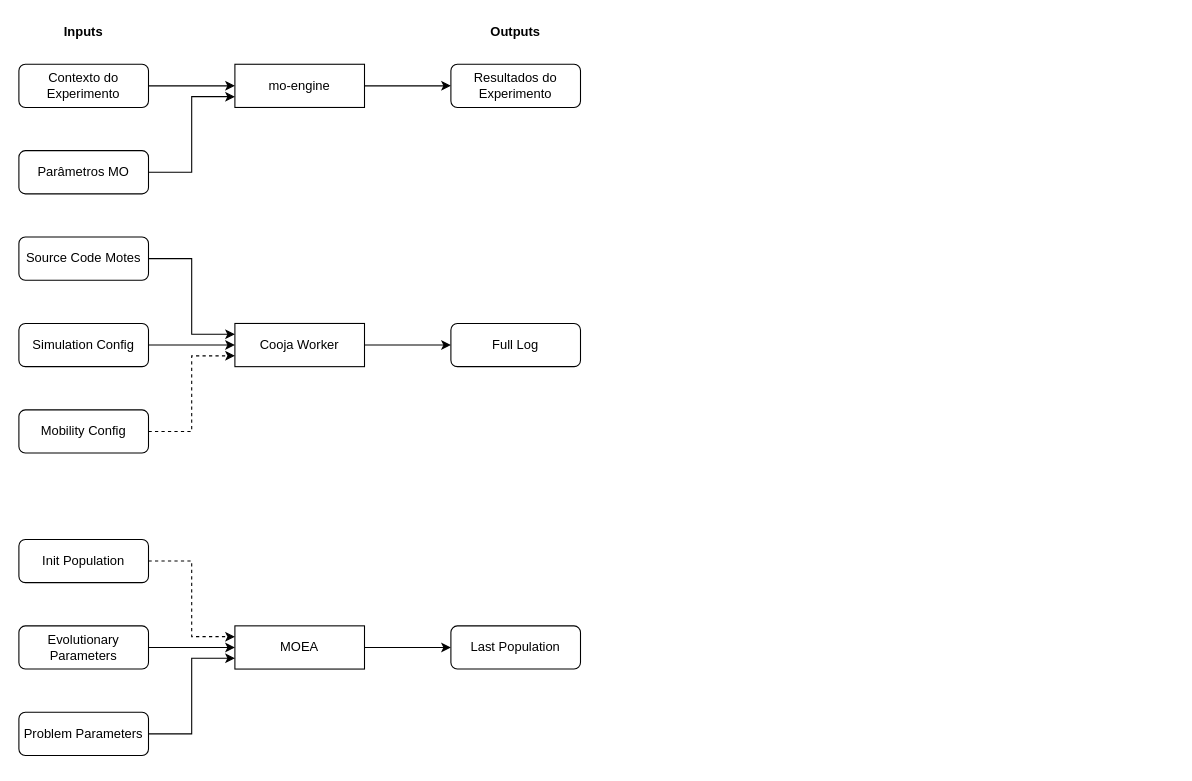
JunioCesarFerreira/simlab keeps this draw.io diagram as page "in-out-flows" (5 of 5) of docs/diagrams/diagrams.drawio. Above is the earlier version. Source tidied: cells renumbered, new cells numbered last; positions are measured from the earlier drawing's top-left corner, leaving out a move shared by most shapes. Both pictures are drawn from the tidied source at 108%, with x=0, y=0 at pixel (18, 21).
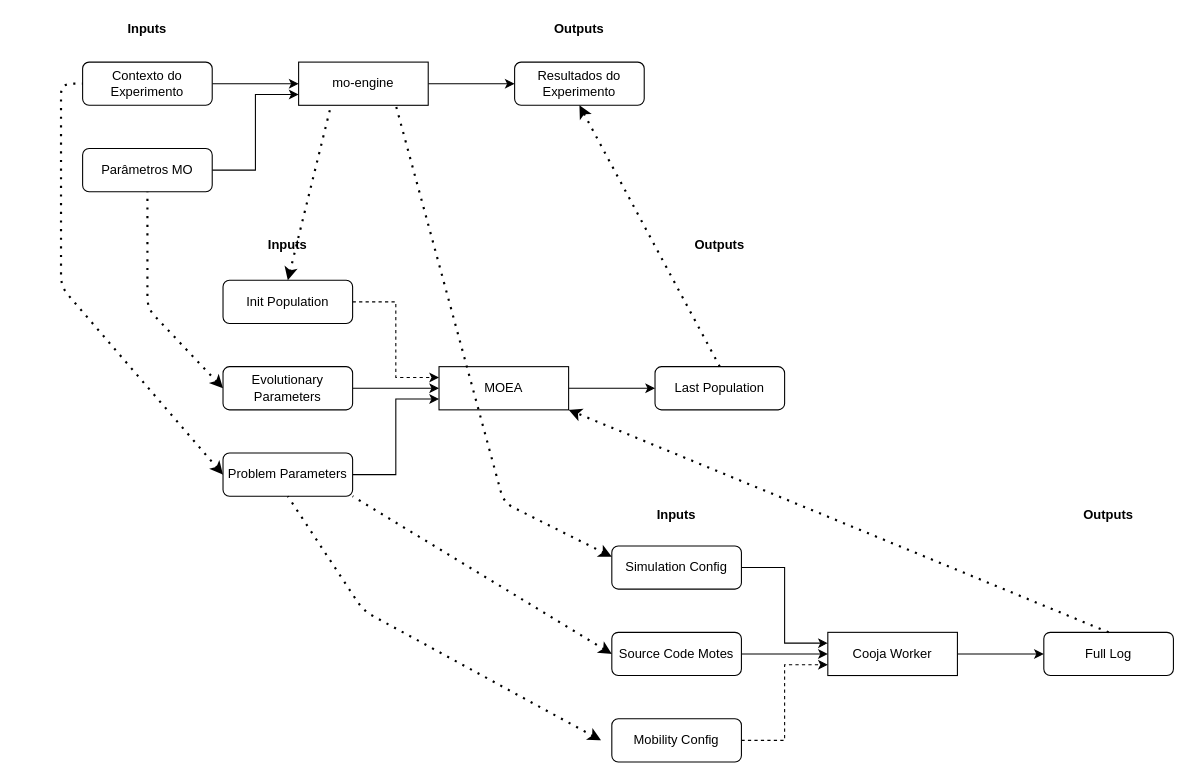
The same page after the edit.

The edit, as a diff of the source:
```diff
@@
     <mxCell id="3" value="mo-engine" style="rounded=0;whiteSpace=wrap;html=1;" parent="1" vertex="1">
-      <mxGeometry x="200" y="40" width="120" height="40" as="geometry" />
+      <mxGeometry x="259" y="38" width="120" height="40" as="geometry" />
     </mxCell>
     <mxCell id="4" value="&lt;b&gt;Inputs&lt;/b&gt;" style="text;html=1;strokeColor=none;fillColor=none;align=center;verticalAlign=middle;whiteSpace=wrap;rounded=0;" parent="1" vertex="1">
-      <mxGeometry x="40" width="40" height="20" as="geometry" />
+      <mxGeometry x="99" y="-2" width="40" height="20" as="geometry" />
     </mxCell>
     <mxCell id="5" value="&lt;b&gt;Outputs&lt;/b&gt;" style="text;html=1;strokeColor=none;fillColor=none;align=center;verticalAlign=middle;whiteSpace=wrap;rounded=0;" parent="1" vertex="1">
-      <mxGeometry x="440" width="40" height="20" as="geometry" />
+      <mxGeometry x="499" y="-2" width="40" height="20" as="geometry" />
     </mxCell>
@@
     <mxCell id="7" value="Contexto do Experimento" style="rounded=1;whiteSpace=wrap;html=1;" parent="1" vertex="1">
-      <mxGeometry y="40" width="120" height="40" as="geometry" />
+      <mxGeometry x="59" y="38" width="120" height="40" as="geometry" />
     </mxCell>
@@
     <mxCell id="9" value="Parâmetros MO" style="rounded=1;whiteSpace=wrap;html=1;" parent="1" vertex="1">
-      <mxGeometry y="120" width="120" height="40" as="geometry" />
+      <mxGeometry x="59" y="118" width="120" height="40" as="geometry" />
     </mxCell>
     <mxCell id="10" value="Resultados do Experimento" style="rounded=1;whiteSpace=wrap;html=1;" parent="1" vertex="1">
-      <mxGeometry x="400" y="40" width="120" height="40" as="geometry" />
+      <mxGeometry x="459" y="38" width="120" height="40" as="geometry" />
     </mxCell>
@@
     <mxCell id="12" value="Cooja Worker" style="rounded=0;whiteSpace=wrap;html=1;" parent="1" vertex="1">
-      <mxGeometry x="200" y="280" width="120" height="40" as="geometry" />
+      <mxGeometry x="749" y="566" width="120" height="40" as="geometry" />
     </mxCell>
-    <mxCell id="13" style="edgeStyle=orthogonalEdgeStyle;rounded=0;jettySize=auto;html=1;exitX=1;exitY=0.5;exitDx=0;exitDy=0;entryX=0;entryY=0.25;entryDx=0;entryDy=0;" parent="1" edge="1" source="14" target="12">
+    <mxCell id="13" style="edgeStyle=orthogonalEdgeStyle;rounded=0;jettySize=auto;html=1;exitX=1;exitY=0.5;exitDx=0;exitDy=0;entryX=0;entryY=0.5;entryDx=0;entryDy=0;" parent="1" edge="1" source="14" target="12">
       <mxGeometry relative="1" as="geometry" />
     </mxCell>
     <mxCell id="14" value="Source Code Motes" style="rounded=1;whiteSpace=wrap;html=1;" parent="1" vertex="1">
-      <mxGeometry y="200" width="120" height="40" as="geometry" />
+      <mxGeometry x="549" y="566" width="120" height="40" as="geometry" />
     </mxCell>
-    <mxCell id="15" style="edgeStyle=orthogonalEdgeStyle;rounded=0;jettySize=auto;html=1;exitX=1;exitY=0.5;exitDx=0;exitDy=0;entryX=0;entryY=0.5;entryDx=0;entryDy=0;" parent="1" edge="1" source="16" target="12">
+    <mxCell id="15" style="edgeStyle=orthogonalEdgeStyle;rounded=0;jettySize=auto;html=1;exitX=1;exitY=0.5;exitDx=0;exitDy=0;entryX=0;entryY=0.25;entryDx=0;entryDy=0;" parent="1" edge="1" source="16" target="12">
       <mxGeometry relative="1" as="geometry" />
     </mxCell>
     <mxCell id="16" value="Simulation Config" style="rounded=1;whiteSpace=wrap;html=1;" parent="1" vertex="1">
-      <mxGeometry y="280" width="120" height="40" as="geometry" />
+      <mxGeometry x="549" y="486" width="120" height="40" as="geometry" />
     </mxCell>
@@
     <mxCell id="18" value="Mobility Config" style="rounded=1;whiteSpace=wrap;html=1;" parent="1" vertex="1">
-      <mxGeometry y="360" width="120" height="40" as="geometry" />
+      <mxGeometry x="549" y="646" width="120" height="40" as="geometry" />
     </mxCell>
     <mxCell id="19" value="Full Log" style="rounded=1;whiteSpace=wrap;html=1;" parent="1" vertex="1">
-      <mxGeometry x="400" y="280" width="120" height="40" as="geometry" />
+      <mxGeometry x="949" y="566" width="120" height="40" as="geometry" />
     </mxCell>
@@
     <mxCell id="21" value="MOEA" style="rounded=0;whiteSpace=wrap;html=1;" parent="1" vertex="1">
-      <mxGeometry x="200" y="560" width="120" height="40" as="geometry" />
+      <mxGeometry x="389" y="320" width="120" height="40" as="geometry" />
     </mxCell>
@@
     <mxCell id="23" value="Init Population" style="rounded=1;whiteSpace=wrap;html=1;" parent="1" vertex="1">
-      <mxGeometry y="480" width="120" height="40" as="geometry" />
+      <mxGeometry x="189" y="240" width="120" height="40" as="geometry" />
     </mxCell>
     <mxCell id="24" value="Last Population" style="rounded=1;whiteSpace=wrap;html=1;" parent="1" vertex="1">
-      <mxGeometry x="400" y="560" width="120" height="40" as="geometry" />
+      <mxGeometry x="589" y="320" width="120" height="40" as="geometry" />
     </mxCell>
@@
     <mxCell id="26" value="Evolutionary Parameters" style="rounded=1;whiteSpace=wrap;html=1;" parent="1" vertex="1">
-      <mxGeometry y="560" width="120" height="40" as="geometry" />
+      <mxGeometry x="189" y="320" width="120" height="40" as="geometry" />
     </mxCell>
@@
     <mxCell id="28" value="Problem Parameters" style="rounded=1;whiteSpace=wrap;html=1;" parent="1" vertex="1">
-      <mxGeometry y="640" width="120" height="40" as="geometry" />
+      <mxGeometry x="189" y="400" width="120" height="40" as="geometry" />
     </mxCell>
+    <mxCell id="29" style="endArrow=none;dashed=1;html=1;dashPattern=1 3;strokeWidth=2;entryX=0.25;entryY=1;entryDx=0;entryDy=0;exitX=0.5;exitY=0;exitDx=0;exitDy=0;startArrow=classic;startFill=1;" parent="1" edge="1" source="23" target="3">
+      <mxGeometry relative="1" as="geometry" />
+    </mxCell>
+    <mxCell id="30" style="endArrow=none;dashed=1;html=1;dashPattern=1 3;strokeWidth=2;entryX=0.5;entryY=1;entryDx=0;entryDy=0;exitX=0;exitY=0.5;exitDx=0;exitDy=0;startArrow=classic;startFill=1;" parent="1" edge="1" source="26" target="9">
+      <mxGeometry relative="1" as="geometry">
+        <Array as="points">
+          <mxPoint x="119" y="266" />
+        </Array>
+      </mxGeometry>
+    </mxCell>
+    <mxCell id="31" style="endArrow=none;dashed=1;html=1;dashPattern=1 3;strokeWidth=2;entryX=0;entryY=0.5;entryDx=0;entryDy=0;exitX=0;exitY=0.5;exitDx=0;exitDy=0;endFill=0;startArrow=classic;startFill=1;" parent="1" edge="1" source="28" target="7">
+      <mxGeometry relative="1" as="geometry">
+        <Array as="points">
+          <mxPoint x="39" y="246" />
+          <mxPoint x="39" y="58" />
+        </Array>
+      </mxGeometry>
+    </mxCell>
+    <mxCell id="32" style="endArrow=none;dashed=1;html=1;dashPattern=1 3;strokeWidth=2;entryX=0.75;entryY=1;entryDx=0;entryDy=0;exitX=0;exitY=0.25;exitDx=0;exitDy=0;startArrow=classic;startFill=1;" parent="1" edge="1" source="16" target="3">
+      <mxGeometry relative="1" as="geometry">
+        <Array as="points">
+          <mxPoint x="449" y="446" />
+        </Array>
+      </mxGeometry>
+    </mxCell>
+    <mxCell id="33" style="endArrow=none;dashed=1;html=1;dashPattern=1 3;strokeWidth=2;entryX=0.5;entryY=1;entryDx=0;entryDy=0;startArrow=classic;startFill=1;" parent="1" edge="1" target="28">
+      <mxGeometry relative="1" as="geometry">
+        <mxPoint x="539" y="666" as="sourcePoint" />
+        <Array as="points">
+          <mxPoint x="319" y="546" />
+        </Array>
+      </mxGeometry>
+    </mxCell>
+    <mxCell id="34" style="endArrow=none;dashed=1;html=1;dashPattern=1 3;strokeWidth=2;entryX=1;entryY=1;entryDx=0;entryDy=0;exitX=0;exitY=0.5;exitDx=0;exitDy=0;startArrow=classic;startFill=1;" parent="1" edge="1" source="14" target="28">
+      <mxGeometry relative="1" as="geometry" />
+    </mxCell>
+    <mxCell id="35" style="endArrow=classic;dashed=1;html=1;dashPattern=1 3;strokeWidth=2;entryX=0.5;entryY=1;entryDx=0;entryDy=0;exitX=0.5;exitY=0;exitDx=0;exitDy=0;startArrow=none;startFill=0;endFill=1;" parent="1" edge="1" source="24" target="10">
+      <mxGeometry relative="1" as="geometry" />
+    </mxCell>
+    <mxCell id="36" style="endArrow=classic;dashed=1;html=1;dashPattern=1 3;strokeWidth=2;entryX=1;entryY=1;entryDx=0;entryDy=0;exitX=0.5;exitY=0;exitDx=0;exitDy=0;startArrow=none;startFill=0;endFill=1;" parent="1" edge="1" source="19" target="21">
+      <mxGeometry relative="1" as="geometry" />
+    </mxCell>
+    <mxCell id="37" value="&lt;b&gt;Inputs&lt;/b&gt;" style="text;html=1;strokeColor=none;fillColor=none;align=center;verticalAlign=middle;whiteSpace=wrap;rounded=0;" parent="1" vertex="1">
+      <mxGeometry x="229" y="198" width="40" height="20" as="geometry" />
+    </mxCell>
+    <mxCell id="38" value="&lt;b&gt;Outputs&lt;/b&gt;" style="text;html=1;strokeColor=none;fillColor=none;align=center;verticalAlign=middle;whiteSpace=wrap;rounded=0;" parent="1" vertex="1">
+      <mxGeometry x="629" y="198" width="40" height="20" as="geometry" />
+    </mxCell>
+    <mxCell id="39" value="&lt;b&gt;Inputs&lt;/b&gt;" style="text;html=1;strokeColor=none;fillColor=none;align=center;verticalAlign=middle;whiteSpace=wrap;rounded=0;" parent="1" vertex="1">
+      <mxGeometry x="589" y="448" width="40" height="20" as="geometry" />
+    </mxCell>
+    <mxCell id="40" value="&lt;b&gt;Outputs&lt;/b&gt;" style="text;html=1;strokeColor=none;fillColor=none;align=center;verticalAlign=middle;whiteSpace=wrap;rounded=0;" parent="1" vertex="1">
+      <mxGeometry x="989" y="448" width="40" height="20" as="geometry" />
+    </mxCell>
```
